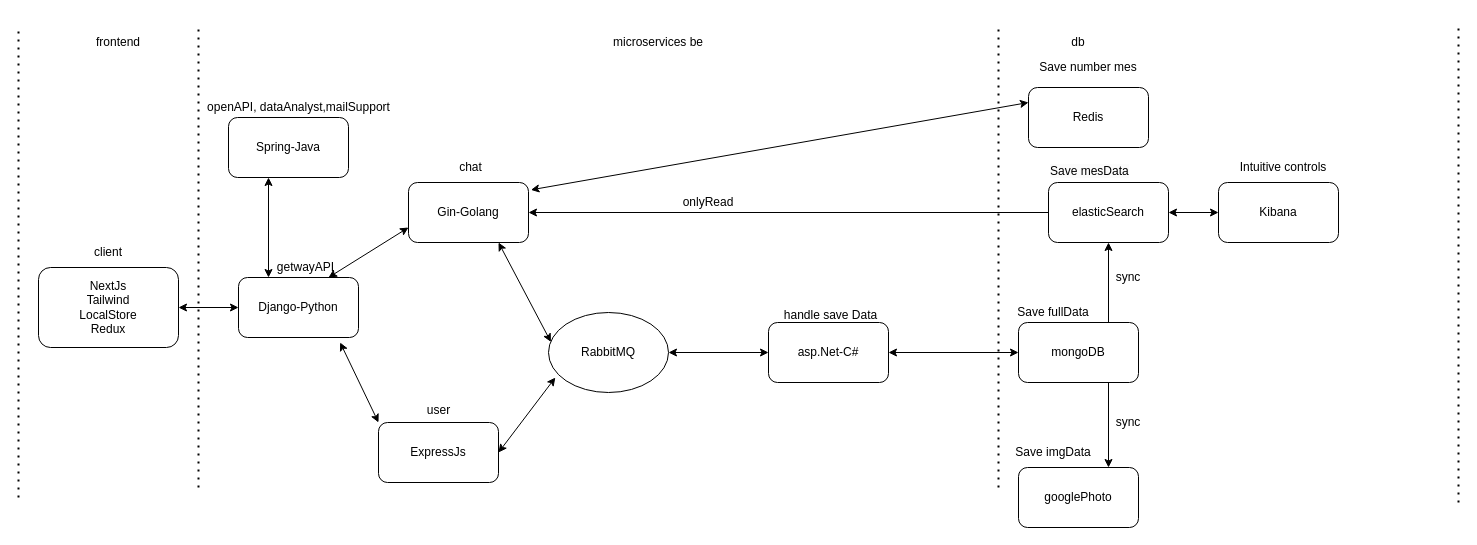
HuyNguyen3003/basicAppChat keeps this draw.io diagram as basicAppChat.drawio. Above is the earlier version. Source tidied: cells renumbered, new cells numbered last; positions are measured from the earlier drawing's top-left corner, leaving out a move shared by most shapes. Both pictures are drawn from the tidied source at 100%, with x=0, y=0 at pixel (18, 17).
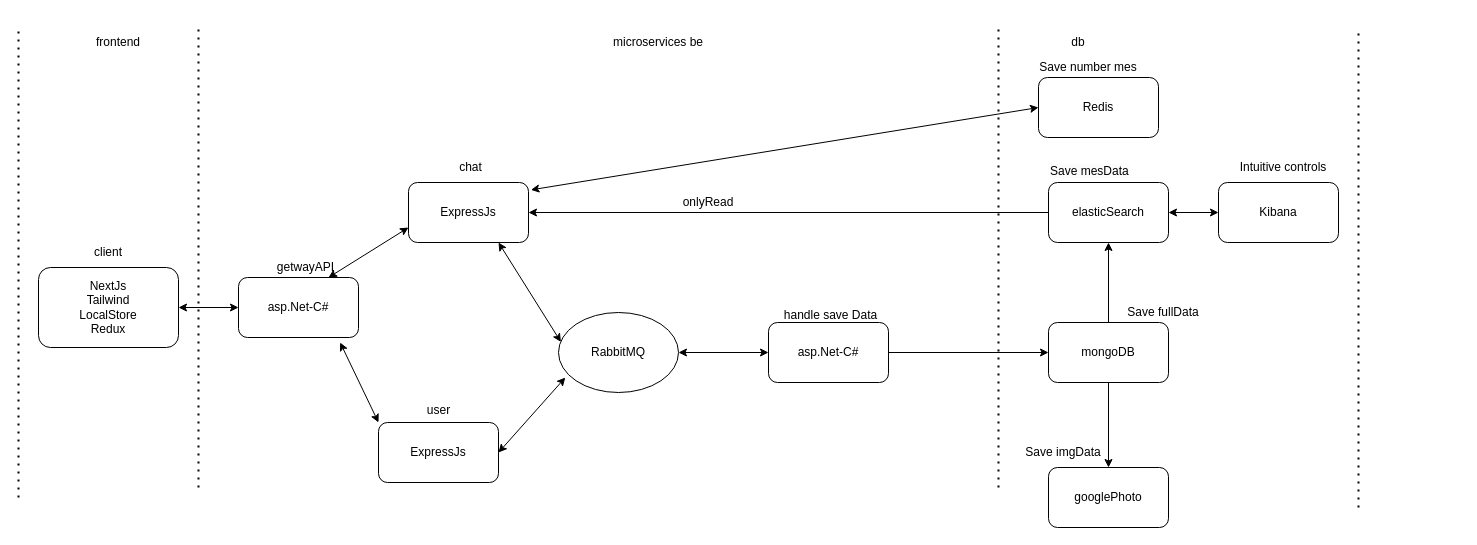
Above is the later version.

The change refers to these unchanged cells:
```xml
<mxCell id="10" value="elasticSearch" style="rounded=1;whiteSpace=wrap;html=1;" parent="1" vertex="1">
  <mxGeometry x="1030" y="165" width="120" height="60" as="geometry" />
</mxCell>
<mxCell id="21" value="asp.Net-C#" style="rounded=1;whiteSpace=wrap;html=1;" parent="1" vertex="1">
  <mxGeometry x="750" y="305" width="120" height="60" as="geometry" />
</mxCell>
```

Diff of the diagram source:
```diff
@@
-    <mxCell id="5" value="Gin-Golang" style="rounded=1;whiteSpace=wrap;html=1;" parent="1" vertex="1">
+    <mxCell id="5" value="ExpressJs" style="rounded=1;whiteSpace=wrap;html=1;" parent="1" vertex="1">
       <mxGeometry x="390" y="165" width="120" height="60" as="geometry" />
     </mxCell>
@@
     <mxCell id="8" value="mongoDB" style="rounded=1;whiteSpace=wrap;html=1;" parent="1" vertex="1">
-      <mxGeometry x="1000" y="305" width="120" height="60" as="geometry" />
+      <mxGeometry x="1030" y="305" width="120" height="60" as="geometry" />
     </mxCell>
     <mxCell id="9" value="Redis" style="rounded=1;whiteSpace=wrap;html=1;" parent="1" vertex="1">
-      <mxGeometry x="1010" y="70" width="120" height="60" as="geometry" />
+      <mxGeometry x="1020" y="60" width="120" height="60" as="geometry" />
     </mxCell>
@@
     <mxCell id="11" value="googlePhoto" style="rounded=1;whiteSpace=wrap;html=1;" parent="1" vertex="1">
-      <mxGeometry x="1000" y="450" width="120" height="60" as="geometry" />
+      <mxGeometry x="1030" y="450" width="120" height="60" as="geometry" />
     </mxCell>
@@
-    <mxCell id="19" style="endArrow=classic;startArrow=classic;html=1;rounded=0;entryX=0;entryY=0.5;entryDx=0;entryDy=0;exitX=1;exitY=0.5;exitDx=0;exitDy=0;" parent="1" edge="1" source="21" target="8">
-      <mxGeometry relative="1" as="geometry" />
-    </mxCell>
     <mxCell id="20" value="RabbitMQ" style="ellipse;whiteSpace=wrap;html=1;" parent="1" vertex="1">
-      <mxGeometry x="530" y="295" width="120" height="80" as="geometry" />
+      <mxGeometry x="540" y="295" width="120" height="80" as="geometry" />
     </mxCell>
@@
     <mxCell id="25" value="Save imgData" style="text;html=1;strokeColor=none;fillColor=none;align=center;verticalAlign=middle;whiteSpace=wrap;rounded=0;" parent="1" vertex="1">
-      <mxGeometry x="980" y="420" width="110" height="30" as="geometry" />
+      <mxGeometry x="990" y="420" width="110" height="30" as="geometry" />
     </mxCell>
     <mxCell id="26" value="Save fullData" style="text;html=1;strokeColor=none;fillColor=none;align=center;verticalAlign=middle;whiteSpace=wrap;rounded=0;" parent="1" vertex="1">
-      <mxGeometry x="990" y="290" width="90" height="10" as="geometry" />
+      <mxGeometry x="1100" y="290" width="90" height="10" as="geometry" />
     </mxCell>
@@
-    <mxCell id="29" style="endArrow=classic;html=1;rounded=0;exitX=0.75;exitY=0;exitDx=0;exitDy=0;" parent="1" edge="1" source="8" target="10">
+    <mxCell id="29" style="endArrow=classic;html=1;rounded=0;exitX=0.5;exitY=0;exitDx=0;exitDy=0;" parent="1" edge="1" source="8" target="10">
       <mxGeometry relative="1" as="geometry" />
     </mxCell>
@@
-    <mxCell id="32" value="Django-Python" style="rounded=1;whiteSpace=wrap;html=1;" parent="1" vertex="1">
+    <mxCell id="32" value="asp.Net-C#" style="rounded=1;whiteSpace=wrap;html=1;" parent="1" vertex="1">
       <mxGeometry x="220" y="260" width="120" height="60" as="geometry" />
     </mxCell>
@@
-    <mxCell id="34" style="endArrow=classic;startArrow=classic;html=1;rounded=0;exitX=0.25;exitY=0;exitDx=0;exitDy=0;" parent="1" edge="1" source="32">
-      <mxGeometry relative="1" as="geometry">
-        <mxPoint x="250" y="160" as="targetPoint" />
-      </mxGeometry>
-    </mxCell>
-    <mxCell id="35" value="Spring-Java" style="rounded=1;whiteSpace=wrap;html=1;" parent="1" vertex="1">
-      <mxGeometry x="210" y="100" width="120" height="60" as="geometry" />
-    </mxCell>
-    <mxCell id="36" value="openAPI, dataAnalyst,mailSupport" style="text;html=1;strokeColor=none;fillColor=none;align=center;verticalAlign=middle;whiteSpace=wrap;rounded=0;" parent="1" vertex="1">
-      <mxGeometry x="177.5" y="80" width="205" height="20" as="geometry" />
-    </mxCell>
@@
     <mxCell id="40" style="endArrow=none;dashed=1;html=1;dashPattern=1 3;strokeWidth=2;rounded=0;" parent="1" edge="1">
       <mxGeometry relative="1" as="geometry">
-        <mxPoint x="1440" y="485" as="sourcePoint" />
-        <mxPoint x="1440" y="5" as="targetPoint" />
+        <mxPoint x="1340" y="490" as="sourcePoint" />
+        <mxPoint x="1340" y="10" as="targetPoint" />
       </mxGeometry>
     </mxCell>
@@
-    <mxCell id="43" style="endArrow=classic;startArrow=classic;html=1;rounded=0;exitX=1.02;exitY=0.123;exitDx=0;exitDy=0;exitPerimeter=0;entryX=0;entryY=0.25;entryDx=0;entryDy=0;" parent="1" edge="1" source="5" target="9">
+    <mxCell id="43" style="endArrow=classic;startArrow=classic;html=1;rounded=0;exitX=1.02;exitY=0.123;exitDx=0;exitDy=0;exitPerimeter=0;entryX=0;entryY=0.5;entryDx=0;entryDy=0;" parent="1" edge="1" source="5" target="9">
       <mxGeometry relative="1" as="geometry" />
     </mxCell>
-    <mxCell id="44" style="endArrow=classic;html=1;rounded=0;exitX=0.75;exitY=1;exitDx=0;exitDy=0;entryX=0.75;entryY=0;entryDx=0;entryDy=0;" parent="1" edge="1" source="8" target="11">
+    <mxCell id="44" style="endArrow=classic;html=1;rounded=0;exitX=0.5;exitY=1;exitDx=0;exitDy=0;entryX=0.5;entryY=0;entryDx=0;entryDy=0;" parent="1" edge="1" source="8" target="11">
       <mxGeometry relative="1" as="geometry" />
     </mxCell>
@@
-    <mxCell id="46" value="sync" style="text;html=1;strokeColor=none;fillColor=none;align=center;verticalAlign=middle;whiteSpace=wrap;rounded=0;" parent="1" vertex="1">
-      <mxGeometry x="1080" y="245" width="60" height="30" as="geometry" />
-    </mxCell>
-    <mxCell id="47" value="sync" style="text;html=1;strokeColor=none;fillColor=none;align=center;verticalAlign=middle;whiteSpace=wrap;rounded=0;" parent="1" vertex="1">
-      <mxGeometry x="1080" y="390" width="60" height="30" as="geometry" />
-    </mxCell>
@@
+    <mxCell id="19" style="endArrow=classic;html=1;rounded=0;exitX=1;exitY=0.5;exitDx=0;exitDy=0;entryX=0;entryY=0.5;entryDx=0;entryDy=0;" parent="1" edge="1" source="21" target="8">
+      <mxGeometry relative="1" as="geometry" />
+    </mxCell>
```
